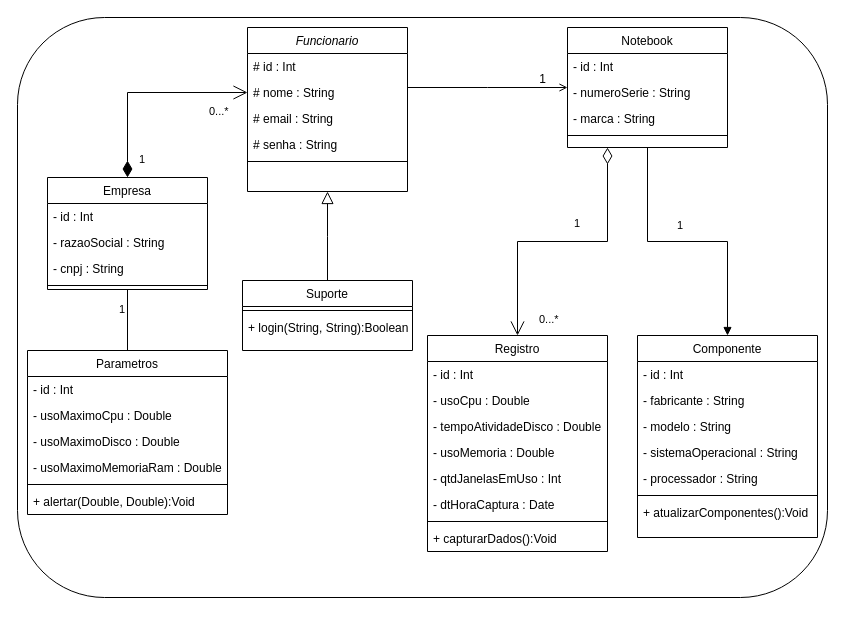
Above: Diagramas/Diagrama de Classes/Diagrama_de_Classes.drawio in Noctoramento/Documentacao (draw.io), before the change. Source tidied: cells renumbered, new cells numbered last; positions are measured from the earlier drawing's top-left corner, leaving out a move shared by most shapes. Both pictures are drawn from the tidied source at 100%, with x=0, y=0 at pixel (17, 17).
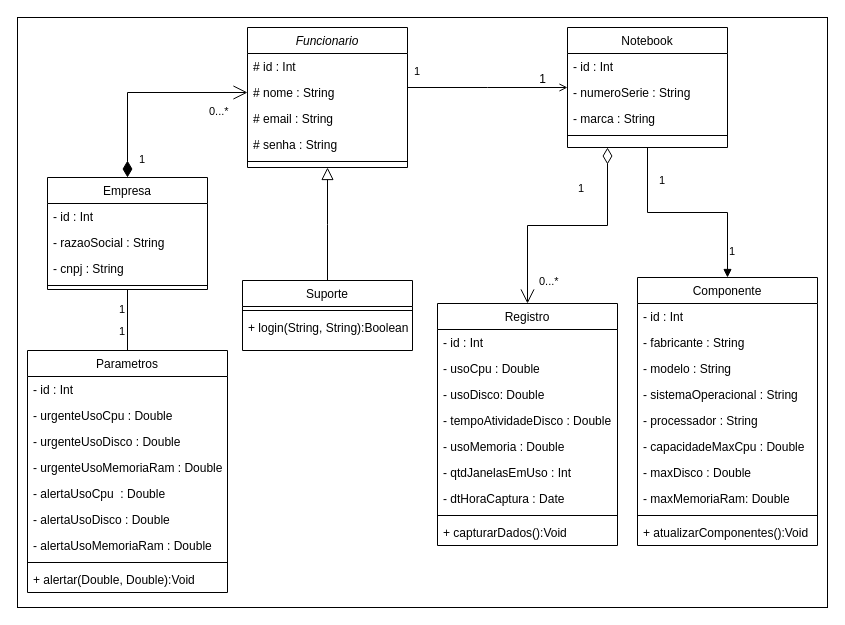
Above is the later version.

Commit message (it also covers changes not shown here):
Atualizando diagrama de classes 90%

The change refers to these unchanged cells:
```xml
<mxCell id="21" value="Notebook" style="swimlane;fontStyle=0;align=center;verticalAlign=top;horizontal=1;startSize=26;rounded=0;shadow=0;strokeWidth=1;" parent="1" vertex="1">
  <mxGeometry x="550" y="10" width="160" height="120" as="geometry" />
</mxCell>
```

Diff of the diagram source:
```diff
@@
-    <mxCell id="2" style="rounded=1;whiteSpace=wrap;html=1;" parent="1" vertex="1">
-      <mxGeometry width="810" height="580" as="geometry" />
-    </mxCell>
+    <mxCell id="56" style="rounded=0;whiteSpace=wrap;html=1;" parent="1" vertex="1">
+      <mxGeometry width="810" height="590" as="geometry" />
+    </mxCell>
     <mxCell id="3" value="Funcionario" style="swimlane;fontStyle=2;align=center;verticalAlign=top;horizontal=1;startSize=26;rounded=0;shadow=0;strokeWidth=1;" parent="1" vertex="1">
-      <mxGeometry x="230" y="10" width="160" height="164" as="geometry" />
+      <mxGeometry x="230" y="10" width="160" height="140" as="geometry" />
     </mxCell>
@@
     <mxCell id="13" value="Componente" style="swimlane;fontStyle=0;align=center;verticalAlign=top;horizontal=1;startSize=26;rounded=0;shadow=0;strokeWidth=1;" parent="1" vertex="1">
-      <mxGeometry x="620" y="318" width="180" height="202" as="geometry" />
+      <mxGeometry x="620" y="260" width="180" height="268" as="geometry" />
     </mxCell>
@@
+    <mxCell id="57" value="- processador : String" style="text;align=left;verticalAlign=top;spacingLeft=4;spacingRight=4;overflow=hidden;" parent="13" vertex="1">
+      <mxGeometry y="130" width="180" height="26" as="geometry" />
+    </mxCell>
+    <mxCell id="58" value="- capacidadeMaxCpu : Double" style="text;align=left;verticalAlign=top;spacingLeft=4;spacingRight=4;overflow=hidden;" parent="13" vertex="1">
+      <mxGeometry y="156" width="180" height="26" as="geometry" />
+    </mxCell>
+    <mxCell id="59" value="- maxDisco : Double" style="text;align=left;verticalAlign=top;spacingLeft=4;spacingRight=4;overflow=hidden;" parent="13" vertex="1">
+      <mxGeometry y="182" width="180" height="26" as="geometry" />
+    </mxCell>
-    <mxCell id="18" value="- processador : String" style="text;align=left;verticalAlign=top;spacingLeft=4;spacingRight=4;overflow=hidden;" parent="13" vertex="1">
-      <mxGeometry y="130" width="180" height="26" as="geometry" />
+    <mxCell id="18" value="- maxMemoriaRam: Double" style="text;align=left;verticalAlign=top;spacingLeft=4;spacingRight=4;overflow=hidden;" parent="13" vertex="1">
+      <mxGeometry y="208" width="180" height="26" as="geometry" />
     </mxCell>
     <mxCell id="19" style="line;html=1;strokeWidth=1;align=left;verticalAlign=middle;spacingTop=-1;spacingLeft=3;spacingRight=3;labelPosition=right;" parent="13" vertex="1">
-      <mxGeometry y="156" width="180" height="8" as="geometry" />
+      <mxGeometry y="234" width="180" height="8" as="geometry" />
     </mxCell>
     <mxCell id="20" value="+ atualizarComponentes():Void" style="text;align=left;verticalAlign=top;spacingLeft=4;spacingRight=4;overflow=hidden;fontStyle=0;" parent="13" vertex="1">
-      <mxGeometry y="164" width="180" height="26" as="geometry" />
+      <mxGeometry y="242" width="180" height="26" as="geometry" />
     </mxCell>
@@
     <mxCell id="28" value="Registro" style="swimlane;fontStyle=0;align=center;verticalAlign=top;horizontal=1;startSize=26;rounded=0;shadow=0;strokeWidth=1;" parent="1" vertex="1">
-      <mxGeometry x="410" y="318" width="180" height="216" as="geometry" />
+      <mxGeometry x="420" y="286" width="180" height="242" as="geometry" />
     </mxCell>
@@
+    <mxCell id="60" value="- usoDisco: Double" style="text;align=left;verticalAlign=top;spacingLeft=4;spacingRight=4;overflow=hidden;" parent="28" vertex="1">
+      <mxGeometry y="78" width="180" height="26" as="geometry" />
+    </mxCell>
     <mxCell id="31" value="- tempoAtividadeDisco : Double" style="text;align=left;verticalAlign=top;spacingLeft=4;spacingRight=4;overflow=hidden;" parent="28" vertex="1">
-      <mxGeometry y="78" width="180" height="26" as="geometry" />
+      <mxGeometry y="104" width="180" height="26" as="geometry" />
     </mxCell>
     <mxCell id="32" value="- usoMemoria : Double" style="text;align=left;verticalAlign=top;spacingLeft=4;spacingRight=4;overflow=hidden;" parent="28" vertex="1">
-      <mxGeometry y="104" width="180" height="26" as="geometry" />
+      <mxGeometry y="130" width="180" height="26" as="geometry" />
     </mxCell>
     <mxCell id="33" value="- qtdJanelasEmUso : Int" style="text;align=left;verticalAlign=top;spacingLeft=4;spacingRight=4;overflow=hidden;" parent="28" vertex="1">
-      <mxGeometry y="130" width="180" height="26" as="geometry" />
+      <mxGeometry y="156" width="180" height="26" as="geometry" />
     </mxCell>
     <mxCell id="34" value="- dtHoraCaptura : Date" style="text;align=left;verticalAlign=top;spacingLeft=4;spacingRight=4;overflow=hidden;" parent="28" vertex="1">
-      <mxGeometry y="156" width="180" height="26" as="geometry" />
+      <mxGeometry y="182" width="180" height="26" as="geometry" />
     </mxCell>
     <mxCell id="35" style="line;html=1;strokeWidth=1;align=left;verticalAlign=middle;spacingTop=-1;spacingLeft=3;spacingRight=3;labelPosition=right;" parent="28" vertex="1">
-      <mxGeometry y="182" width="180" height="8" as="geometry" />
+      <mxGeometry y="208" width="180" height="8" as="geometry" />
     </mxCell>
     <mxCell id="36" value="+ capturarDados():Void" style="text;align=left;verticalAlign=top;spacingLeft=4;spacingRight=4;overflow=hidden;fontStyle=0;" parent="28" vertex="1">
-      <mxGeometry y="190" width="180" height="26" as="geometry" />
+      <mxGeometry y="216" width="180" height="26" as="geometry" />
     </mxCell>
@@
     <mxCell id="42" value="Parametros" style="swimlane;fontStyle=0;align=center;verticalAlign=top;horizontal=1;startSize=26;rounded=0;shadow=0;strokeWidth=1;" parent="1" vertex="1">
-      <mxGeometry x="10" y="333" width="200" height="164" as="geometry" />
+      <mxGeometry x="10" y="333" width="200" height="242" as="geometry" />
     </mxCell>
@@
-    <mxCell id="44" value="- usoMaximoCpu : Double" style="text;align=left;verticalAlign=top;spacingLeft=4;spacingRight=4;overflow=hidden;" parent="42" vertex="1">
+    <mxCell id="44" value="- urgenteUsoCpu : Double" style="text;align=left;verticalAlign=top;spacingLeft=4;spacingRight=4;overflow=hidden;" parent="42" vertex="1">
       <mxGeometry y="52" width="200" height="26" as="geometry" />
     </mxCell>
-    <mxCell id="45" value="- usoMaximoDisco : Double" style="text;align=left;verticalAlign=top;spacingLeft=4;spacingRight=4;overflow=hidden;" parent="42" vertex="1">
+    <mxCell id="45" value="- urgenteUsoDisco : Double" style="text;align=left;verticalAlign=top;spacingLeft=4;spacingRight=4;overflow=hidden;" parent="42" vertex="1">
       <mxGeometry y="78" width="200" height="26" as="geometry" />
     </mxCell>
-    <mxCell id="46" value="- usoMaximoMemoriaRam : Double" style="text;align=left;verticalAlign=top;spacingLeft=4;spacingRight=4;overflow=hidden;" parent="42" vertex="1">
+    <mxCell id="46" value="- urgenteUsoMemoriaRam : Double" style="text;align=left;verticalAlign=top;spacingLeft=4;spacingRight=4;overflow=hidden;" parent="42" vertex="1">
       <mxGeometry y="104" width="200" height="26" as="geometry" />
     </mxCell>
+    <mxCell id="61" value="- alertaUsoCpu  : Double" style="text;align=left;verticalAlign=top;spacingLeft=4;spacingRight=4;overflow=hidden;" parent="42" vertex="1">
+      <mxGeometry y="130" width="200" height="26" as="geometry" />
+    </mxCell>
+    <mxCell id="62" value="- alertaUsoDisco : Double" style="text;align=left;verticalAlign=top;spacingLeft=4;spacingRight=4;overflow=hidden;" parent="42" vertex="1">
+      <mxGeometry y="156" width="200" height="26" as="geometry" />
+    </mxCell>
+    <mxCell id="63" value="- alertaUsoMemoriaRam : Double" style="text;align=left;verticalAlign=top;spacingLeft=4;spacingRight=4;overflow=hidden;" parent="42" vertex="1">
+      <mxGeometry y="182" width="200" height="26" as="geometry" />
+    </mxCell>
     <mxCell id="47" style="line;html=1;strokeWidth=1;align=left;verticalAlign=middle;spacingTop=-1;spacingLeft=3;spacingRight=3;labelPosition=right;" parent="42" vertex="1">
-      <mxGeometry y="130" width="200" height="8" as="geometry" />
+      <mxGeometry y="208" width="200" height="8" as="geometry" />
     </mxCell>
     <mxCell id="48" value="+ alertar(Double, Double):Void" style="text;align=left;verticalAlign=top;spacingLeft=4;spacingRight=4;overflow=hidden;fontStyle=0;" parent="42" vertex="1">
-      <mxGeometry y="138" width="200" height="26" as="geometry" />
+      <mxGeometry y="216" width="200" height="26" as="geometry" />
     </mxCell>
@@
     <mxCell id="53" value="1" style="endArrow=open;html=1;endSize=12;startArrow=diamondThin;startSize=14;startFill=0;edgeStyle=orthogonalEdgeStyle;align=left;verticalAlign=bottom;rounded=0;entryX=0.5;entryY=0;entryDx=0;entryDy=0;exitX=0.25;exitY=1;exitDx=0;exitDy=0;" parent="1" edge="1" source="21" target="28">
-      <mxGeometry x="-0.07" y="-9" relative="1" as="geometry" />
+      <mxGeometry x="-0.08" y="-28" relative="1" as="geometry" />
     </mxCell>
     <mxCell id="54" value="&lt;span style=&quot;font-size: 11px; text-wrap: nowrap; background-color: rgb(255, 255, 255);&quot;&gt;0...*&lt;/span&gt;" style="text;whiteSpace=wrap;html=1;" parent="1" vertex="1">
-      <mxGeometry x="520" y="288" width="40" height="40" as="geometry" />
+      <mxGeometry x="520" y="250" width="40" height="40" as="geometry" />
     </mxCell>
     <mxCell id="55" value="1" style="endArrow=block;endFill=1;html=1;edgeStyle=orthogonalEdgeStyle;align=left;verticalAlign=top;rounded=0;entryX=0.5;entryY=0;entryDx=0;entryDy=0;exitX=0.5;exitY=1;exitDx=0;exitDy=0;" parent="1" edge="1" source="21" target="13">
-      <mxGeometry x="-0.09" y="29" relative="1" as="geometry" />
+      <mxGeometry x="-0.81" y="10" relative="1" as="geometry" />
     </mxCell>
+    <mxCell id="64" value="&lt;span style=&quot;color: rgb(0, 0, 0); font-family: Helvetica; font-size: 11px; font-style: normal; font-variant-ligatures: normal; font-variant-caps: normal; font-weight: 400; letter-spacing: normal; orphans: 2; text-align: left; text-indent: 0px; text-transform: none; widows: 2; word-spacing: 0px; -webkit-text-stroke-width: 0px; white-space: nowrap; background-color: rgb(255, 255, 255); text-decoration-thickness: initial; text-decoration-style: initial; text-decoration-color: initial; display: inline !important; float: none;&quot;&gt;1&lt;/span&gt;" style="text;whiteSpace=wrap;html=1;" parent="1" vertex="1">
+      <mxGeometry x="710" y="220" width="40" height="40" as="geometry" />
+    </mxCell>
+    <mxCell id="65" value="&lt;span style=&quot;color: rgb(0, 0, 0); font-family: Helvetica; font-size: 11px; font-style: normal; font-variant-ligatures: normal; font-variant-caps: normal; font-weight: 400; letter-spacing: normal; orphans: 2; text-align: left; text-indent: 0px; text-transform: none; widows: 2; word-spacing: 0px; -webkit-text-stroke-width: 0px; white-space: nowrap; background-color: rgb(255, 255, 255); text-decoration-thickness: initial; text-decoration-style: initial; text-decoration-color: initial; display: inline !important; float: none;&quot;&gt;1&lt;/span&gt;" style="text;whiteSpace=wrap;html=1;" parent="1" vertex="1">
+      <mxGeometry x="395" y="40" width="35" height="30" as="geometry" />
+    </mxCell>
+    <mxCell id="66" value="&lt;span style=&quot;color: rgb(0, 0, 0); font-family: Helvetica; font-size: 11px; font-style: normal; font-variant-ligatures: normal; font-variant-caps: normal; font-weight: 400; letter-spacing: normal; orphans: 2; text-align: left; text-indent: 0px; text-transform: none; widows: 2; word-spacing: 0px; -webkit-text-stroke-width: 0px; white-space: nowrap; background-color: rgb(255, 255, 255); text-decoration-thickness: initial; text-decoration-style: initial; text-decoration-color: initial; display: inline !important; float: none;&quot;&gt;1&lt;/span&gt;" style="text;whiteSpace=wrap;html=1;" parent="1" vertex="1">
+      <mxGeometry x="100" y="300" width="40" height="40" as="geometry" />
+    </mxCell>
```
